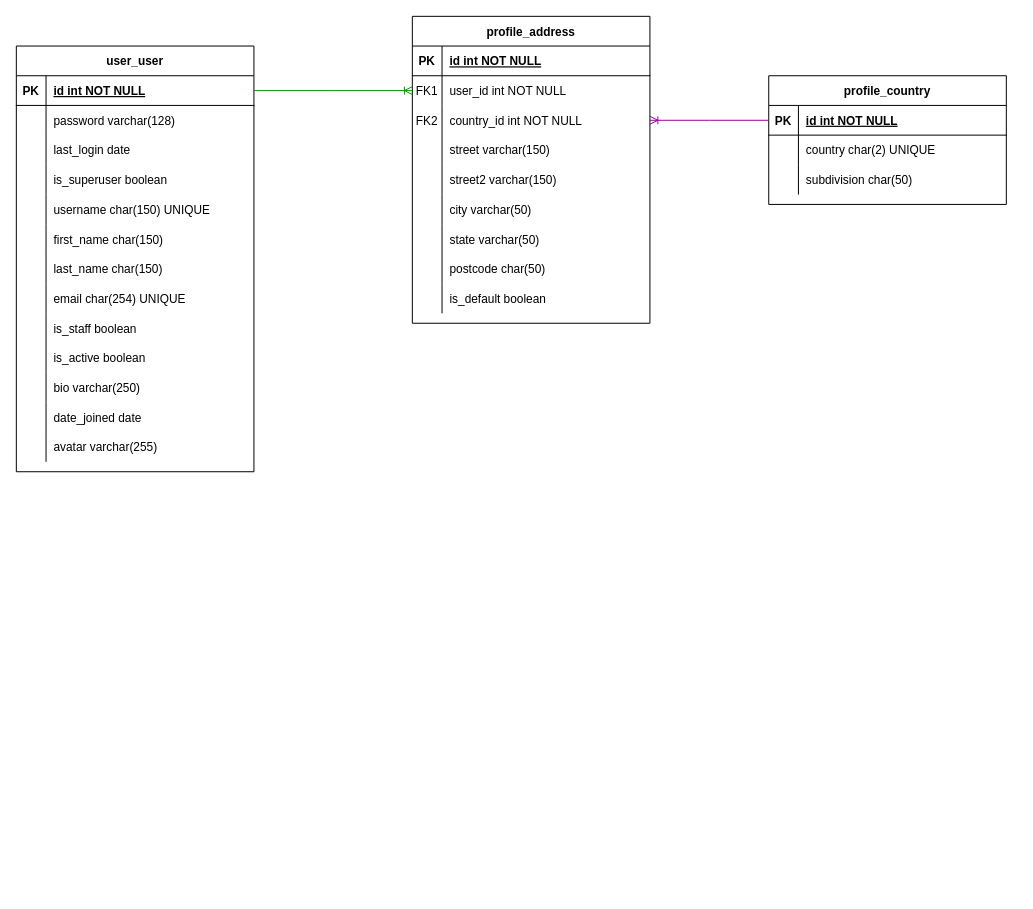
ibuttimer/recipes-n-stuff keeps this draw.io diagram as page "database-schema" (1 of 11) of doc/design/recipes-n-stuff.drawio. Above is the earlier version. Source tidied: cells renumbered, new cells numbered last; positions are measured from the earlier drawing's top-left corner, leaving out a move shared by most shapes. Both pictures are drawn from the tidied source at 99%, with x=0, y=0 at pixel (16, 16).
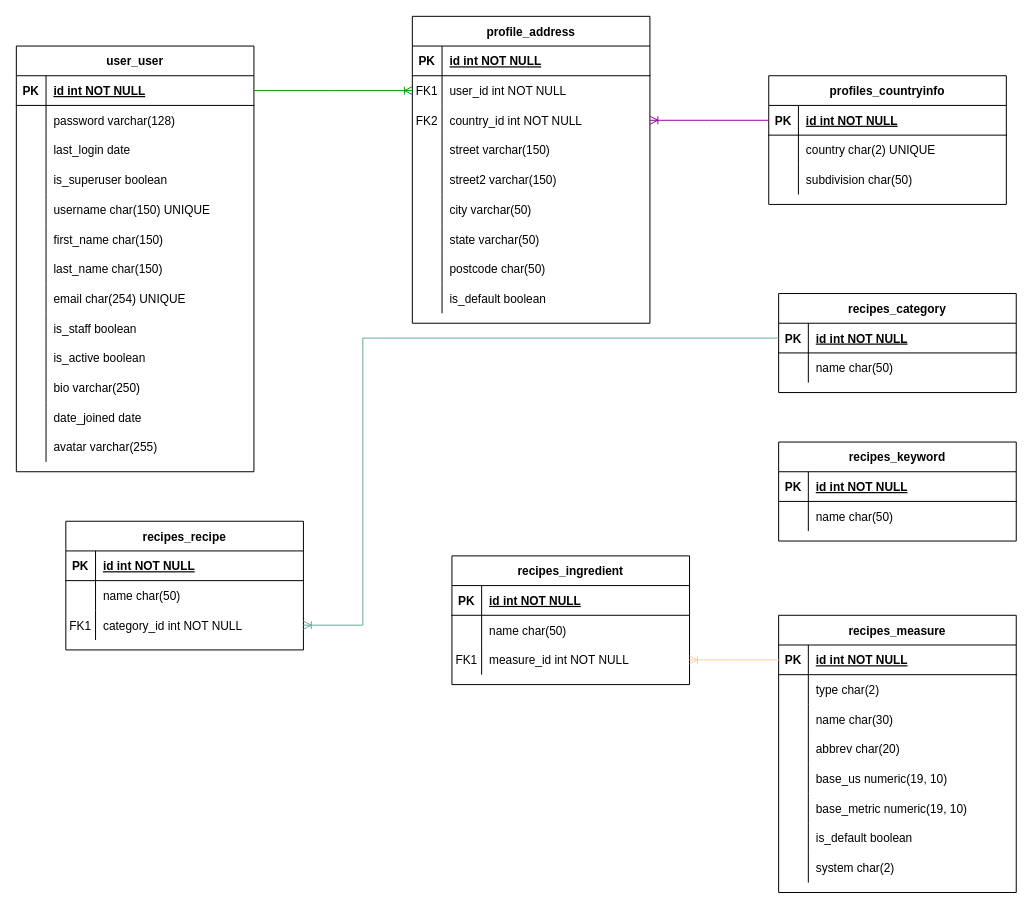
The same page after the edit.

Commit message (it also covers changes not shown here):
feat: Add ingredient model #18

What changed in the source:
```diff
@@
-    <mxCell id="70" value="profile_country" style="shape=table;startSize=30;childLayout=tableLayout;rowLines=0;fontStyle=1;align=center;" parent="1" vertex="1">
+    <mxCell id="70" value="profiles_countryinfo" style="shape=table;startSize=30;childLayout=tableLayout;rowLines=0;fontStyle=1;align=center;" parent="1" vertex="1">
       <mxGeometry x="760" y="60" width="240" height="130" as="geometry" />
     </mxCell>
@@
+    <mxCell id="82" value="recipes_category" style="shape=table;startSize=30;childLayout=tableLayout;rowLines=0;fontStyle=1;align=center;" parent="1" vertex="1">
+      <mxGeometry x="770" y="280" width="240" height="100" as="geometry" />
+    </mxCell>
+    <mxCell id="83" style="shape=partialRectangle;fillColor=none;points=[[0,0.5],[1,0.5]];portConstraint=eastwest;top=0;left=0;right=0;bottom=1;" parent="82" vertex="1">
+      <mxGeometry y="30" width="240" height="30" as="geometry" />
+    </mxCell>
+    <mxCell id="84" value="PK" style="shape=partialRectangle;overflow=hidden;fillColor=none;top=0;left=0;bottom=0;right=0;fontStyle=1;" parent="83" vertex="1">
+      <mxGeometry width="30" height="30" as="geometry" />
+    </mxCell>
+    <mxCell id="85" value="id int NOT NULL" style="shape=partialRectangle;overflow=hidden;fillColor=none;top=0;left=0;bottom=0;right=0;align=left;spacingLeft=6;fontStyle=5;" parent="83" vertex="1">
+      <mxGeometry x="30" width="210" height="30" as="geometry" />
+    </mxCell>
+    <mxCell id="86" style="shape=partialRectangle;fillColor=none;top=0;left=0;right=0;bottom=0;" parent="82" vertex="1">
+      <mxGeometry y="60" width="240" height="30" as="geometry" />
+    </mxCell>
+    <mxCell id="87" style="shape=partialRectangle;overflow=hidden;fillColor=none;top=0;left=0;bottom=0;right=0;" parent="86" vertex="1">
+      <mxGeometry width="30" height="30" as="geometry" />
+    </mxCell>
+    <mxCell id="88" value="name char(50)" style="shape=partialRectangle;overflow=hidden;fillColor=none;top=0;left=0;bottom=0;right=0;align=left;spacingLeft=6;" parent="86" vertex="1">
+      <mxGeometry x="30" width="210" height="30" as="geometry" />
+    </mxCell>
+    <mxCell id="89" value="recipes_keyword" style="shape=table;startSize=30;childLayout=tableLayout;rowLines=0;fontStyle=1;align=center;" parent="1" vertex="1">
+      <mxGeometry x="770" y="430" width="240" height="100" as="geometry" />
+    </mxCell>
+    <mxCell id="90" style="shape=partialRectangle;fillColor=none;top=0;left=0;right=0;bottom=1;" parent="89" vertex="1">
+      <mxGeometry y="30" width="240" height="30" as="geometry" />
+    </mxCell>
+    <mxCell id="91" value="PK" style="shape=partialRectangle;overflow=hidden;fillColor=none;top=0;left=0;bottom=0;right=0;fontStyle=1;" parent="90" vertex="1">
+      <mxGeometry width="30" height="30" as="geometry" />
+    </mxCell>
+    <mxCell id="92" value="id int NOT NULL" style="shape=partialRectangle;overflow=hidden;fillColor=none;top=0;left=0;bottom=0;right=0;align=left;spacingLeft=6;fontStyle=5;" parent="90" vertex="1">
+      <mxGeometry x="30" width="210" height="30" as="geometry" />
+    </mxCell>
+    <mxCell id="93" style="shape=partialRectangle;fillColor=none;top=0;left=0;right=0;bottom=0;" parent="89" vertex="1">
+      <mxGeometry y="60" width="240" height="30" as="geometry" />
+    </mxCell>
+    <mxCell id="94" style="shape=partialRectangle;overflow=hidden;fillColor=none;top=0;left=0;bottom=0;right=0;" parent="93" vertex="1">
+      <mxGeometry width="30" height="30" as="geometry" />
+    </mxCell>
+    <mxCell id="95" value="name char(50)" style="shape=partialRectangle;overflow=hidden;fillColor=none;top=0;left=0;bottom=0;right=0;align=left;spacingLeft=6;" parent="93" vertex="1">
+      <mxGeometry x="30" width="210" height="30" as="geometry" />
+    </mxCell>
+    <mxCell id="96" value="recipes_ingredient" style="shape=table;startSize=30;childLayout=tableLayout;rowLines=0;fontStyle=1;align=center;" parent="1" vertex="1">
+      <mxGeometry x="440" y="545" width="240" height="130" as="geometry" />
+    </mxCell>
+    <mxCell id="97" style="shape=partialRectangle;fillColor=none;top=0;left=0;right=0;bottom=1;" parent="96" vertex="1">
+      <mxGeometry y="30" width="240" height="30" as="geometry" />
+    </mxCell>
+    <mxCell id="98" value="PK" style="shape=partialRectangle;overflow=hidden;fillColor=none;top=0;left=0;bottom=0;right=0;fontStyle=1;" parent="97" vertex="1">
+      <mxGeometry width="30" height="30" as="geometry" />
+    </mxCell>
+    <mxCell id="99" value="id int NOT NULL" style="shape=partialRectangle;overflow=hidden;fillColor=none;top=0;left=0;bottom=0;right=0;align=left;spacingLeft=6;fontStyle=5;" parent="97" vertex="1">
+      <mxGeometry x="30" width="210" height="30" as="geometry" />
+    </mxCell>
+    <mxCell id="100" style="shape=partialRectangle;fillColor=none;top=0;left=0;right=0;bottom=0;" parent="96" vertex="1">
+      <mxGeometry y="60" width="240" height="30" as="geometry" />
+    </mxCell>
+    <mxCell id="101" style="shape=partialRectangle;overflow=hidden;fillColor=none;top=0;left=0;bottom=0;right=0;" parent="100" vertex="1">
+      <mxGeometry width="30" height="30" as="geometry" />
+    </mxCell>
+    <mxCell id="102" value="name char(50)" style="shape=partialRectangle;overflow=hidden;fillColor=none;top=0;left=0;bottom=0;right=0;align=left;spacingLeft=6;" parent="100" vertex="1">
+      <mxGeometry x="30" width="210" height="30" as="geometry" />
+    </mxCell>
+    <mxCell id="103" style="shape=partialRectangle;fillColor=none;points=[[0,0.5],[1,0.5]];portConstraint=eastwest;top=0;left=0;right=0;bottom=0;" parent="96" vertex="1">
+      <mxGeometry y="90" width="240" height="30" as="geometry" />
+    </mxCell>
+    <mxCell id="104" value="FK1" style="shape=partialRectangle;overflow=hidden;fillColor=none;top=0;left=0;bottom=0;right=0;" parent="103" vertex="1">
+      <mxGeometry width="30" height="30" as="geometry" />
+    </mxCell>
+    <mxCell id="105" value="measure_id int NOT NULL" style="shape=partialRectangle;overflow=hidden;fillColor=none;top=0;left=0;bottom=0;right=0;align=left;spacingLeft=6;" parent="103" vertex="1">
+      <mxGeometry x="30" width="210" height="30" as="geometry" />
+    </mxCell>
+    <mxCell id="106" value="recipes_measure" style="shape=table;startSize=30;childLayout=tableLayout;rowLines=0;fontStyle=1;align=center;" parent="1" vertex="1">
+      <mxGeometry x="770" y="605" width="240" height="280" as="geometry" />
+    </mxCell>
+    <mxCell id="107" style="shape=partialRectangle;fillColor=none;points=[[0,0.5],[1,0.5]];portConstraint=eastwest;top=0;left=0;right=0;bottom=1;" parent="106" vertex="1">
+      <mxGeometry y="30" width="240" height="30" as="geometry" />
+    </mxCell>
+    <mxCell id="108" value="PK" style="shape=partialRectangle;overflow=hidden;fillColor=none;top=0;left=0;bottom=0;right=0;fontStyle=1;" parent="107" vertex="1">
+      <mxGeometry width="30" height="30" as="geometry" />
+    </mxCell>
+    <mxCell id="109" value="id int NOT NULL" style="shape=partialRectangle;overflow=hidden;fillColor=none;top=0;left=0;bottom=0;right=0;align=left;spacingLeft=6;fontStyle=5;" parent="107" vertex="1">
+      <mxGeometry x="30" width="210" height="30" as="geometry" />
+    </mxCell>
+    <mxCell id="110" style="shape=partialRectangle;fillColor=none;top=0;left=0;right=0;bottom=0;" parent="106" vertex="1">
+      <mxGeometry y="60" width="240" height="30" as="geometry" />
+    </mxCell>
+    <mxCell id="111" style="shape=partialRectangle;overflow=hidden;fillColor=none;top=0;left=0;bottom=0;right=0;" parent="110" vertex="1">
+      <mxGeometry width="30" height="30" as="geometry" />
+    </mxCell>
+    <mxCell id="112" value="type char(2)" style="shape=partialRectangle;overflow=hidden;fillColor=none;top=0;left=0;bottom=0;right=0;align=left;spacingLeft=6;" parent="110" vertex="1">
+      <mxGeometry x="30" width="210" height="30" as="geometry" />
+    </mxCell>
+    <mxCell id="113" style="shape=partialRectangle;fillColor=none;top=0;left=0;right=0;bottom=0;" parent="106" vertex="1">
+      <mxGeometry y="90" width="240" height="30" as="geometry" />
+    </mxCell>
+    <mxCell id="114" style="shape=partialRectangle;overflow=hidden;fillColor=none;top=0;left=0;bottom=0;right=0;" parent="113" vertex="1">
+      <mxGeometry width="30" height="30" as="geometry" />
+    </mxCell>
+    <mxCell id="115" value="name char(30)" style="shape=partialRectangle;overflow=hidden;fillColor=none;top=0;left=0;bottom=0;right=0;align=left;spacingLeft=6;" parent="113" vertex="1">
+      <mxGeometry x="30" width="210" height="30" as="geometry" />
+    </mxCell>
+    <mxCell id="116" style="shape=partialRectangle;fillColor=none;top=0;left=0;right=0;bottom=0;" parent="106" vertex="1">
+      <mxGeometry y="120" width="240" height="30" as="geometry" />
+    </mxCell>
+    <mxCell id="117" style="shape=partialRectangle;overflow=hidden;fillColor=none;top=0;left=0;bottom=0;right=0;" parent="116" vertex="1">
+      <mxGeometry width="30" height="30" as="geometry" />
+    </mxCell>
+    <mxCell id="118" value="abbrev char(20)" style="shape=partialRectangle;overflow=hidden;fillColor=none;top=0;left=0;bottom=0;right=0;align=left;spacingLeft=6;" parent="116" vertex="1">
+      <mxGeometry x="30" width="210" height="30" as="geometry" />
+    </mxCell>
+    <mxCell id="119" style="shape=partialRectangle;fillColor=none;top=0;left=0;right=0;bottom=0;" parent="106" vertex="1">
+      <mxGeometry y="150" width="240" height="30" as="geometry" />
+    </mxCell>
+    <mxCell id="120" style="shape=partialRectangle;overflow=hidden;fillColor=none;top=0;left=0;bottom=0;right=0;" parent="119" vertex="1">
+      <mxGeometry width="30" height="30" as="geometry" />
+    </mxCell>
+    <mxCell id="121" value="base_us numeric(19, 10)" style="shape=partialRectangle;overflow=hidden;fillColor=none;top=0;left=0;bottom=0;right=0;align=left;spacingLeft=6;" parent="119" vertex="1">
+      <mxGeometry x="30" width="210" height="30" as="geometry" />
+    </mxCell>
+    <mxCell id="122" style="shape=partialRectangle;fillColor=none;top=0;left=0;right=0;bottom=0;" parent="106" vertex="1">
+      <mxGeometry y="180" width="240" height="30" as="geometry" />
+    </mxCell>
+    <mxCell id="123" style="shape=partialRectangle;overflow=hidden;fillColor=none;top=0;left=0;bottom=0;right=0;" parent="122" vertex="1">
+      <mxGeometry width="30" height="30" as="geometry" />
+    </mxCell>
+    <mxCell id="124" value="base_metric numeric(19, 10)" style="shape=partialRectangle;overflow=hidden;fillColor=none;top=0;left=0;bottom=0;right=0;align=left;spacingLeft=6;" parent="122" vertex="1">
+      <mxGeometry x="30" width="210" height="30" as="geometry" />
+    </mxCell>
+    <mxCell id="125" style="shape=partialRectangle;fillColor=none;top=0;left=0;right=0;bottom=0;" parent="106" vertex="1">
+      <mxGeometry y="210" width="240" height="30" as="geometry" />
+    </mxCell>
+    <mxCell id="126" style="shape=partialRectangle;overflow=hidden;fillColor=none;top=0;left=0;bottom=0;right=0;" parent="125" vertex="1">
+      <mxGeometry width="30" height="30" as="geometry" />
+    </mxCell>
+    <mxCell id="127" value="is_default boolean" style="shape=partialRectangle;overflow=hidden;fillColor=none;top=0;left=0;bottom=0;right=0;align=left;spacingLeft=6;" parent="125" vertex="1">
+      <mxGeometry x="30" width="210" height="30" as="geometry" />
+    </mxCell>
+    <mxCell id="128" style="shape=partialRectangle;fillColor=none;top=0;left=0;right=0;bottom=0;" parent="106" vertex="1">
+      <mxGeometry y="240" width="240" height="30" as="geometry" />
+    </mxCell>
+    <mxCell id="129" style="shape=partialRectangle;overflow=hidden;fillColor=none;top=0;left=0;bottom=0;right=0;" parent="128" vertex="1">
+      <mxGeometry width="30" height="30" as="geometry" />
+    </mxCell>
+    <mxCell id="130" value="system char(2)" style="shape=partialRectangle;overflow=hidden;fillColor=none;top=0;left=0;bottom=0;right=0;align=left;spacingLeft=6;" parent="128" vertex="1">
+      <mxGeometry x="30" width="210" height="30" as="geometry" />
+    </mxCell>
+    <mxCell id="131" style="edgeStyle=elbowEdgeStyle;fontSize=12;html=1;endArrow=ERoneToMany;rounded=0;strokeColor=#FFCE9F;exitX=0;exitY=0.5;exitDx=0;exitDy=0;entryX=1;entryY=0.5;entryDx=0;entryDy=0;" parent="1" edge="1" source="107" target="103">
+      <mxGeometry relative="1" as="geometry" />
+    </mxCell>
+    <mxCell id="132" value="recipes_recipe" style="shape=table;startSize=30;childLayout=tableLayout;rowLines=0;fontStyle=1;align=center;" parent="1" vertex="1">
+      <mxGeometry x="50" y="510" width="240" height="130" as="geometry" />
+    </mxCell>
+    <mxCell id="133" style="shape=partialRectangle;fillColor=none;top=0;left=0;right=0;bottom=1;" parent="132" vertex="1">
+      <mxGeometry y="30" width="240" height="30" as="geometry" />
+    </mxCell>
+    <mxCell id="134" value="PK" style="shape=partialRectangle;overflow=hidden;fillColor=none;top=0;left=0;bottom=0;right=0;fontStyle=1;" parent="133" vertex="1">
+      <mxGeometry width="30" height="30" as="geometry" />
+    </mxCell>
+    <mxCell id="135" value="id int NOT NULL" style="shape=partialRectangle;overflow=hidden;fillColor=none;top=0;left=0;bottom=0;right=0;align=left;spacingLeft=6;fontStyle=5;" parent="133" vertex="1">
+      <mxGeometry x="30" width="210" height="30" as="geometry" />
+    </mxCell>
+    <mxCell id="136" style="shape=partialRectangle;fillColor=none;top=0;left=0;right=0;bottom=0;" parent="132" vertex="1">
+      <mxGeometry y="60" width="240" height="30" as="geometry" />
+    </mxCell>
+    <mxCell id="137" style="shape=partialRectangle;overflow=hidden;fillColor=none;top=0;left=0;bottom=0;right=0;" parent="136" vertex="1">
+      <mxGeometry width="30" height="30" as="geometry" />
+    </mxCell>
+    <mxCell id="138" value="name char(50)" style="shape=partialRectangle;overflow=hidden;fillColor=none;top=0;left=0;bottom=0;right=0;align=left;spacingLeft=6;" parent="136" vertex="1">
+      <mxGeometry x="30" width="210" height="30" as="geometry" />
+    </mxCell>
+    <mxCell id="139" style="shape=partialRectangle;fillColor=none;points=[[0,0.5],[1,0.5]];portConstraint=eastwest;top=0;left=0;right=0;bottom=0;" parent="132" vertex="1">
+      <mxGeometry y="90" width="240" height="30" as="geometry" />
+    </mxCell>
+    <mxCell id="140" value="FK1" style="shape=partialRectangle;overflow=hidden;fillColor=none;top=0;left=0;bottom=0;right=0;" parent="139" vertex="1">
+      <mxGeometry width="30" height="30" as="geometry" />
+    </mxCell>
+    <mxCell id="141" value="category_id int NOT NULL" style="shape=partialRectangle;overflow=hidden;fillColor=none;top=0;left=0;bottom=0;right=0;align=left;spacingLeft=6;" parent="139" vertex="1">
+      <mxGeometry x="30" width="210" height="30" as="geometry" />
+    </mxCell>
+    <mxCell id="142" style="edgeStyle=elbowEdgeStyle;fontSize=12;html=1;endArrow=ERoneToMany;rounded=0;strokeColor=#67AB9F;" parent="1" edge="1" source="83" target="139">
+      <mxGeometry relative="1" as="geometry">
+        <Array as="points">
+          <mxPoint x="350" y="480" />
+        </Array>
+      </mxGeometry>
+    </mxCell>
```
